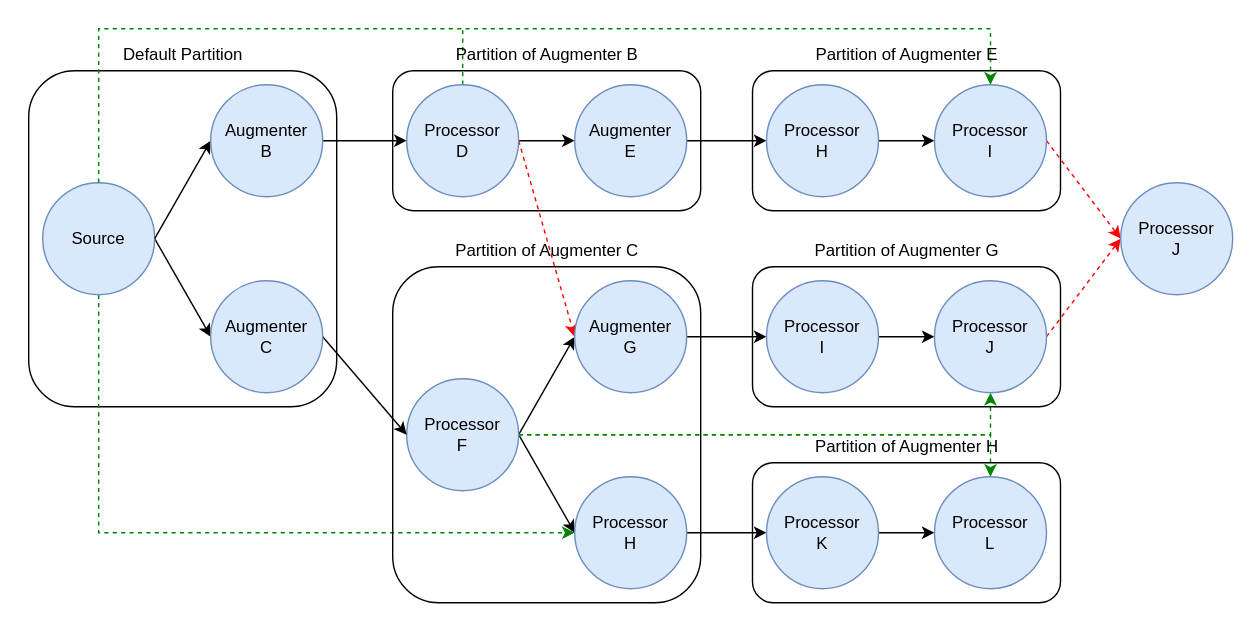
This is docs/source/_static/partition_tree_structure.svg from open-hyped/hyped, a draw.io export, as it was before one commit. Source tidied: cells renumbered, new cells last; positions are measured from the earlier drawing's top-left corner, leaving out a move shared by most shapes.
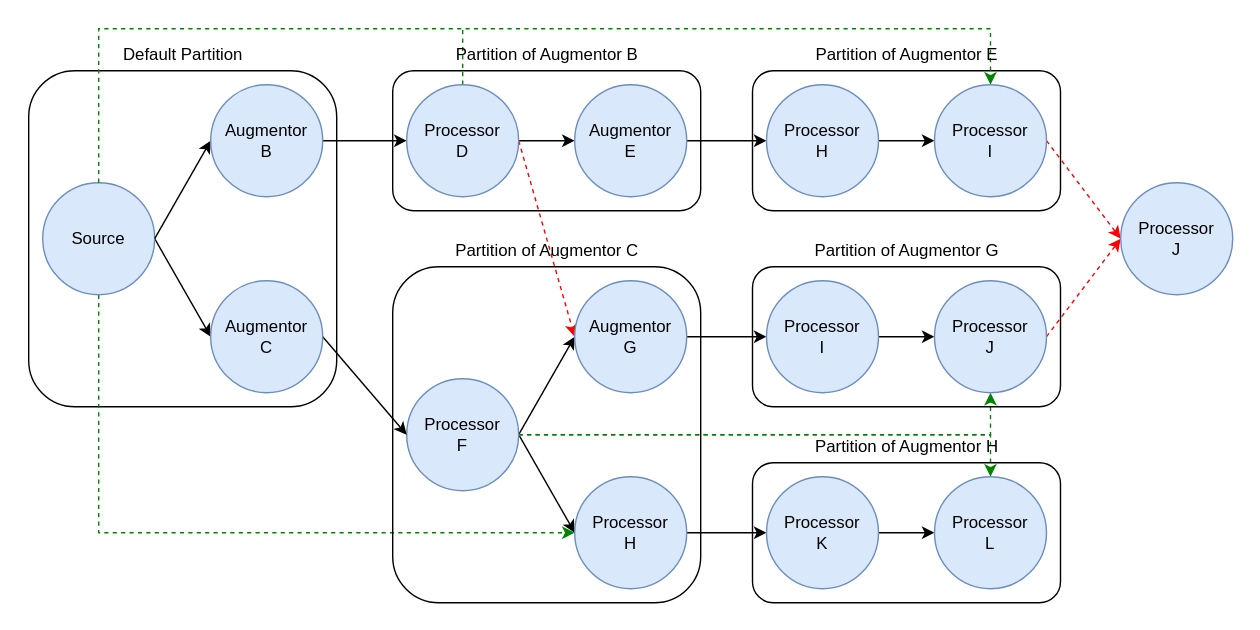
After the commit.

What changed in the source:
```diff
@@ -39,7 +39,7 @@
         </Array>
       </mxGeometry>
     </mxCell>
-    <mxCell id="12" value="Augmenter&lt;div&gt;B&lt;/div&gt;" style="ellipse;whiteSpace=wrap;html=1;fillColor=#dae8fc;strokeColor=#6c8ebf;" parent="1" vertex="1">
+    <mxCell id="12" value="Augmentor&lt;div&gt;B&lt;/div&gt;" style="ellipse;whiteSpace=wrap;html=1;fillColor=#dae8fc;strokeColor=#6c8ebf;" parent="1" vertex="1">
       <mxGeometry x="150" y="60" width="80" height="80" as="geometry" />
     </mxCell>
     <mxCell id="13" style="edgeStyle=orthogonalEdgeStyle;rounded=0;jettySize=auto;html=1;exitX=1;exitY=0.5;exitDx=0;exitDy=0;entryX=0;entryY=0.5;entryDx=0;entryDy=0;" parent="1" edge="1" source="16" target="18">
@@ -62,13 +62,13 @@
     <mxCell id="17" style="edgeStyle=orthogonalEdgeStyle;rounded=0;jettySize=auto;html=1;exitX=1;exitY=0.5;exitDx=0;exitDy=0;entryX=0;entryY=0.5;entryDx=0;entryDy=0;" parent="1" edge="1" source="18" target="33">
       <mxGeometry relative="1" as="geometry" />
     </mxCell>
-    <mxCell id="18" value="Augmenter&lt;div&gt;E&lt;/div&gt;" style="ellipse;whiteSpace=wrap;html=1;fillColor=#dae8fc;strokeColor=#6c8ebf;" parent="1" vertex="1">
+    <mxCell id="18" value="Augmentor&lt;div&gt;E&lt;/div&gt;" style="ellipse;whiteSpace=wrap;html=1;fillColor=#dae8fc;strokeColor=#6c8ebf;" parent="1" vertex="1">
       <mxGeometry x="410" y="60" width="80" height="80" as="geometry" />
     </mxCell>
     <mxCell id="19" value="Default Partition" style="text;html=1;align=center;verticalAlign=middle;strokeColor=none;fillColor=none;" parent="1" vertex="1">
       <mxGeometry x="75" y="24" width="110" height="30" as="geometry" />
     </mxCell>
-    <mxCell id="20" value="Partition of Augmenter B" style="text;html=1;align=center;verticalAlign=middle;strokeColor=none;fillColor=none;" parent="1" vertex="1">
+    <mxCell id="20" value="Partition of Augmentor B" style="text;html=1;align=center;verticalAlign=middle;strokeColor=none;fillColor=none;" parent="1" vertex="1">
       <mxGeometry x="315" y="24" width="150" height="30" as="geometry" />
     </mxCell>
     <mxCell id="21" style="rounded=1;whiteSpace=wrap;html=1;fillColor=none;" parent="1" vertex="1">
@@ -92,16 +92,16 @@
     <mxCell id="27" style="edgeStyle=orthogonalEdgeStyle;rounded=0;jettySize=auto;html=1;exitX=1;exitY=0.5;exitDx=0;exitDy=0;entryX=0;entryY=0.5;entryDx=0;entryDy=0;" parent="1" edge="1" source="28" target="41">
       <mxGeometry relative="1" as="geometry" />
     </mxCell>
-    <mxCell id="28" value="Augmenter&lt;div&gt;G&lt;/div&gt;" style="ellipse;whiteSpace=wrap;html=1;fillColor=#dae8fc;strokeColor=#6c8ebf;" parent="1" vertex="1">
+    <mxCell id="28" value="Augmentor&lt;div&gt;G&lt;/div&gt;" style="ellipse;whiteSpace=wrap;html=1;fillColor=#dae8fc;strokeColor=#6c8ebf;" parent="1" vertex="1">
       <mxGeometry x="410" y="200" width="80" height="80" as="geometry" />
     </mxCell>
-    <mxCell id="29" value="Partition of Augmenter C" style="text;html=1;align=center;verticalAlign=middle;strokeColor=none;fillColor=none;" parent="1" vertex="1">
+    <mxCell id="29" value="Partition of Augmentor C" style="text;html=1;align=center;verticalAlign=middle;strokeColor=none;fillColor=none;" parent="1" vertex="1">
       <mxGeometry x="310" y="164" width="160" height="30" as="geometry" />
     </mxCell>
     <mxCell id="30" style="rounded=0;jettySize=auto;html=1;exitX=1;exitY=0.5;exitDx=0;exitDy=0;entryX=0;entryY=0.5;entryDx=0;entryDy=0;" parent="1" edge="1" source="31" target="26">
       <mxGeometry relative="1" as="geometry" />
     </mxCell>
-    <mxCell id="31" value="Augmenter&lt;div&gt;C&lt;/div&gt;" style="ellipse;whiteSpace=wrap;html=1;fillColor=#dae8fc;strokeColor=#6c8ebf;" parent="1" vertex="1">
+    <mxCell id="31" value="Augmentor&lt;div&gt;C&lt;/div&gt;" style="ellipse;whiteSpace=wrap;html=1;fillColor=#dae8fc;strokeColor=#6c8ebf;" parent="1" vertex="1">
       <mxGeometry x="150" y="200" width="80" height="80" as="geometry" />
     </mxCell>
     <mxCell id="32" style="edgeStyle=orthogonalEdgeStyle;rounded=0;jettySize=auto;html=1;exitX=1;exitY=0.5;exitDx=0;exitDy=0;entryX=0;entryY=0.5;entryDx=0;entryDy=0;" parent="1" edge="1" source="33" target="35">
@@ -116,7 +116,7 @@
     <mxCell id="35" value="Processor&lt;br&gt;&lt;div&gt;I&lt;/div&gt;" style="ellipse;whiteSpace=wrap;html=1;fillColor=#dae8fc;strokeColor=#6c8ebf;" parent="1" vertex="1">
       <mxGeometry x="667" y="60" width="80" height="80" as="geometry" />
     </mxCell>
-    <mxCell id="36" value="Partition of Augmenter E" style="text;html=1;align=center;verticalAlign=middle;strokeColor=none;fillColor=none;" parent="1" vertex="1">
+    <mxCell id="36" value="Partition of Augmentor E" style="text;html=1;align=center;verticalAlign=middle;strokeColor=none;fillColor=none;" parent="1" vertex="1">
       <mxGeometry x="572" y="24" width="150" height="30" as="geometry" />
     </mxCell>
     <mxCell id="37" style="edgeStyle=orthogonalEdgeStyle;rounded=0;jettySize=auto;html=1;exitX=1;exitY=0.5;exitDx=0;exitDy=0;entryX=0;entryY=0.5;entryDx=0;entryDy=0;" parent="1" edge="1" source="38" target="47">
@@ -140,7 +140,7 @@
     <mxCell id="43" value="Processor&lt;br&gt;&lt;div&gt;J&lt;/div&gt;" style="ellipse;whiteSpace=wrap;html=1;fillColor=#dae8fc;strokeColor=#6c8ebf;" parent="1" vertex="1">
       <mxGeometry x="667" y="200" width="80" height="80" as="geometry" />
     </mxCell>
-    <mxCell id="44" value="Partition of Augmenter G" style="text;html=1;align=center;verticalAlign=middle;strokeColor=none;fillColor=none;" parent="1" vertex="1">
+    <mxCell id="44" value="Partition of Augmentor G" style="text;html=1;align=center;verticalAlign=middle;strokeColor=none;fillColor=none;" parent="1" vertex="1">
       <mxGeometry x="567" y="164" width="160" height="30" as="geometry" />
     </mxCell>
     <mxCell id="45" style="rounded=1;whiteSpace=wrap;html=1;fillColor=none;" parent="1" vertex="1">
@@ -155,7 +155,7 @@
     <mxCell id="48" value="Processor&lt;br&gt;&lt;div&gt;L&lt;/div&gt;" style="ellipse;whiteSpace=wrap;html=1;fillColor=#dae8fc;strokeColor=#6c8ebf;" parent="1" vertex="1">
       <mxGeometry x="667" y="340" width="80" height="80" as="geometry" />
     </mxCell>
-    <mxCell id="49" value="Partition of Augmenter H" style="text;html=1;align=center;verticalAlign=middle;strokeColor=none;fillColor=none;" parent="1" vertex="1">
+    <mxCell id="49" value="Partition of Augmentor H" style="text;html=1;align=center;verticalAlign=middle;strokeColor=none;fillColor=none;" parent="1" vertex="1">
       <mxGeometry x="567" y="304" width="160" height="30" as="geometry" />
     </mxCell>
     <mxCell id="50" value="Processor&lt;br&gt;&lt;div&gt;J&lt;/div&gt;" style="ellipse;whiteSpace=wrap;html=1;fillColor=#dae8fc;strokeColor=#6c8ebf;" parent="1" vertex="1">
```
